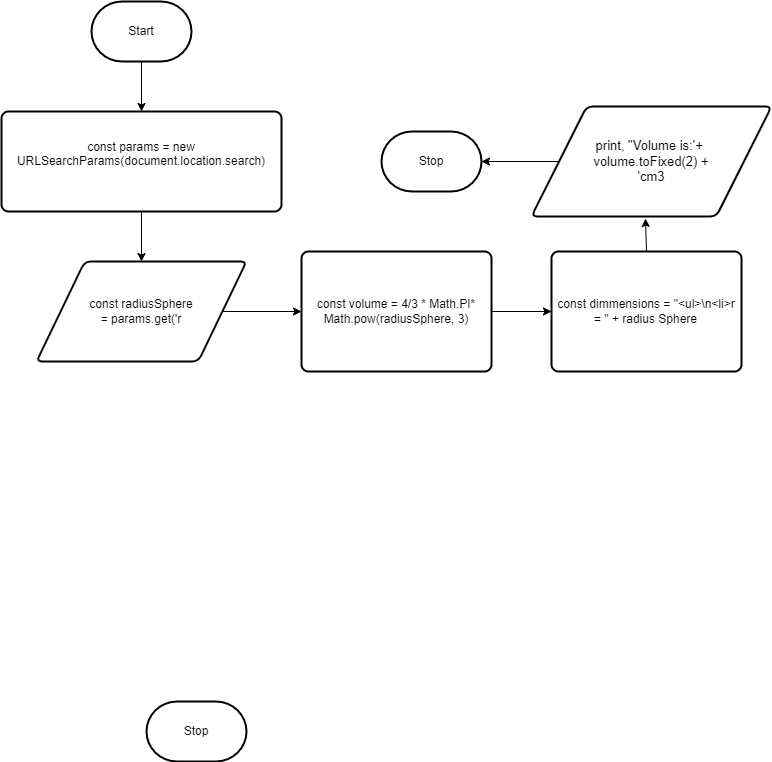
The draw.io diagram design/flow-chart.png in Emmanuel-Fofeyin/ICS2O-Unit6-04-HTML, before a commit. Source tidied: cells renumbered, new cells last; positions are measured from the earlier drawing's top-left corner, leaving out a move shared by most shapes.
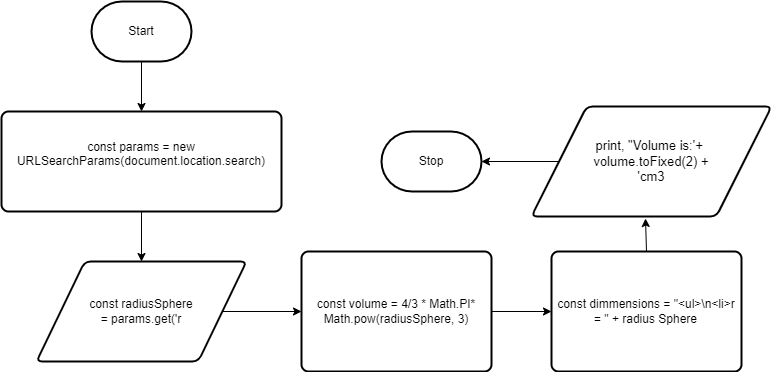
After the commit.

The edit, as a diff of the source:
```diff
@@ -20,9 +20,6 @@
     <mxCell id="7" value="&lt;span style=&quot;font-family: &amp;#34;roboto&amp;#34; , sans-serif ; text-align: left&quot;&gt;&lt;font style=&quot;font-size: 12px&quot;&gt;const radiusSphere&lt;br/&gt;= params.get('r&lt;/font&gt;&lt;/span&gt;" style="shape=parallelogram;html=1;strokeWidth=2;perimeter=parallelogramPerimeter;whiteSpace=wrap;rounded=1;arcSize=12;size=0.23;" parent="1" vertex="1">
       <mxGeometry x="35" y="260" width="210" height="100" as="geometry" />
     </mxCell>
-    <mxCell id="8" value="Stop" style="strokeWidth=2;html=1;shape=mxgraph.flowchart.terminator;whiteSpace=wrap;" parent="1" vertex="1">
-      <mxGeometry x="145" y="700" width="100" height="60" as="geometry" />
-    </mxCell>
     <mxCell id="9" value="&lt;span style=&quot;font-family: &amp;#34;roboto&amp;#34; , sans-serif ; text-align: left&quot;&gt;&lt;font style=&quot;font-size: 12px&quot;&gt;const volume = 4/3 * Math.PI* Math.pow(radiusSphere, 3)&lt;/font&gt;&lt;/span&gt;" style="rounded=1;whiteSpace=wrap;html=1;absoluteArcSize=1;arcSize=14;strokeWidth=2;labelBackgroundColor=none;fontSize=12;" parent="1" vertex="1">
       <mxGeometry x="300" y="250" width="190" height="120" as="geometry" />
     </mxCell>
```
